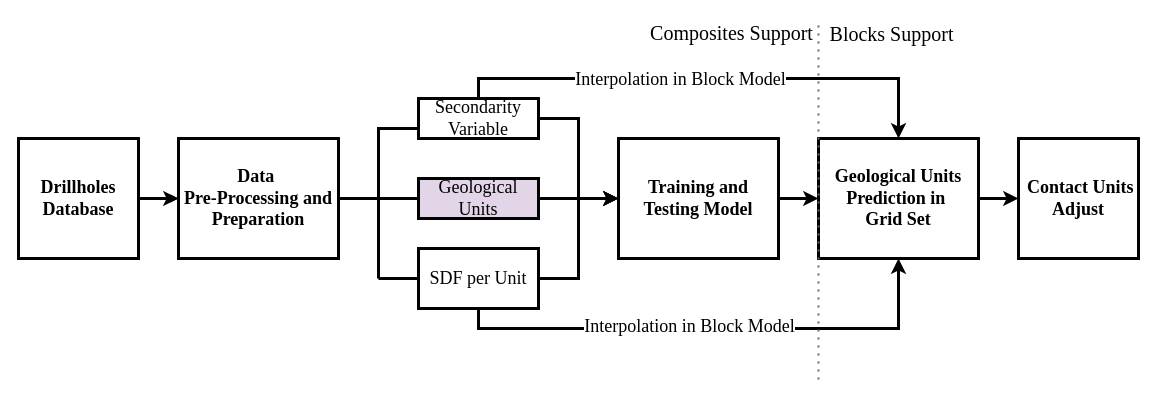
Before: flow_geology_research.drawio in heberallin/Trabajos, a draw.io diagram. Source tidied: cells renumbered, new cells numbered last; positions are measured from the earlier drawing's top-left corner, leaving out a move shared by most shapes. Both pictures are drawn from the tidied source at 100%, with x=0, y=0 at pixel (18, 19).
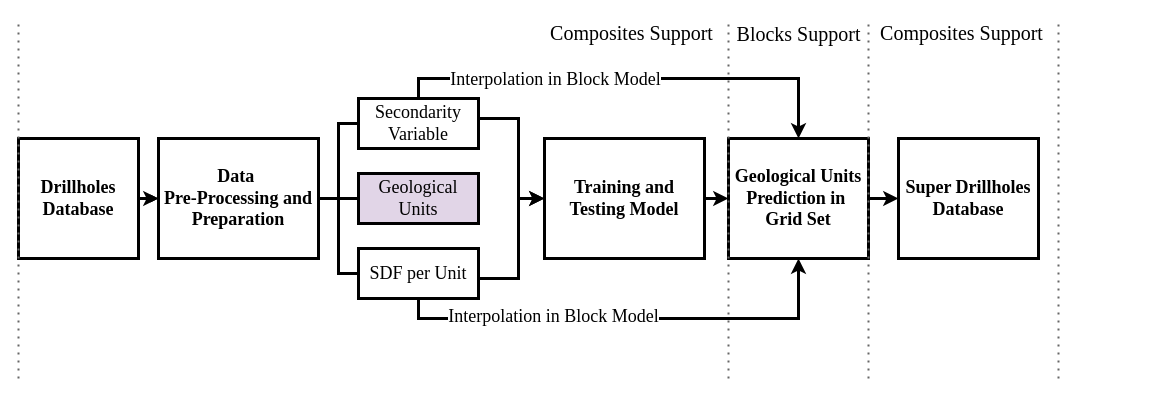
The same diagram, later.

The change refers to these unchanged cells:
```xml
<mxCell id="10" style="edgeStyle=orthogonalEdgeStyle;rounded=0;jettySize=auto;html=1;exitX=0.5;exitY=0;exitDx=0;exitDy=0;entryX=0.5;entryY=0;entryDx=0;entryDy=0;fontFamily=Times New Roman;fontSize=18;fontStyle=1;strokeWidth=3;" parent="1" edge="1" source="12" target="21">
  <mxGeometry relative="1" as="geometry" />
</mxCell>
<mxCell id="14" style="edgeStyle=orthogonalEdgeStyle;rounded=0;jettySize=auto;html=1;exitX=0.5;exitY=1;exitDx=0;exitDy=0;entryX=0.5;entryY=1;entryDx=0;entryDy=0;fontFamily=Times New Roman;fontSize=18;fontStyle=1;strokeWidth=3;" parent="1" edge="1" source="16" target="21">
  <mxGeometry relative="1" as="geometry" />
</mxCell>
```

The edit, as a diff of the source:
```diff
@@
-    <mxCell id="5" style="edgeStyle=orthogonalEdgeStyle;rounded=0;jettySize=auto;html=1;exitX=1;exitY=0.5;exitDx=0;exitDy=0;entryX=0;entryY=0.75;entryDx=0;entryDy=0;endArrow=none;startFill=0;strokeWidth=3;fontFamily=Times New Roman;fontSize=18;fontStyle=1;" parent="1" edge="1" source="6" target="12">
+    <mxCell id="5" style="edgeStyle=orthogonalEdgeStyle;rounded=0;jettySize=auto;html=1;exitX=1;exitY=0.5;exitDx=0;exitDy=0;entryX=0;entryY=0.5;entryDx=0;entryDy=0;endArrow=none;startFill=0;strokeWidth=3;fontFamily=Times New Roman;fontSize=18;fontStyle=1;" parent="1" edge="1" source="6" target="12">
       <mxGeometry relative="1" as="geometry" />
     </mxCell>
     <mxCell id="6" value="&lt;font&gt;Data&amp;nbsp;&lt;/font&gt;&lt;div&gt;&lt;font&gt;Pre-Processing and Preparation&lt;/font&gt;&lt;/div&gt;" style="rounded=0;whiteSpace=wrap;html=1;strokeWidth=3;fillStyle=auto;glass=0;shadow=0;fontFamily=Times New Roman;fontSize=18;fontStyle=1;" parent="1" vertex="1">
-      <mxGeometry x="160" y="119" width="160" height="120" as="geometry" />
+      <mxGeometry x="140" y="119" width="160" height="120" as="geometry" />
     </mxCell>
@@
     <mxCell id="8" value="&lt;font&gt;Training and Testing Model&lt;/font&gt;" style="rounded=0;whiteSpace=wrap;html=1;strokeWidth=3;fillStyle=auto;glass=0;shadow=0;fontFamily=Times New Roman;fontSize=18;fontStyle=1;" parent="1" vertex="1">
-      <mxGeometry x="600" y="119" width="160" height="120" as="geometry" />
+      <mxGeometry x="526" y="119" width="160" height="120" as="geometry" />
     </mxCell>
-    <mxCell id="9" style="edgeStyle=orthogonalEdgeStyle;rounded=0;jettySize=auto;html=1;exitX=1;exitY=0.5;exitDx=0;exitDy=0;entryX=0;entryY=0.5;entryDx=0;entryDy=0;endArrow=classic;startFill=0;strokeWidth=3;endFill=1;fontFamily=Times New Roman;fontSize=18;fontStyle=1;" parent="1" edge="1" source="12" target="8">
+    <mxCell id="9" style="edgeStyle=orthogonalEdgeStyle;rounded=0;jettySize=auto;html=1;exitX=1;exitY=0.5;exitDx=0;exitDy=0;endArrow=classic;startFill=0;strokeWidth=3;endFill=1;fontFamily=Times New Roman;fontSize=18;fontStyle=1;" parent="1" edge="1" source="12" target="8">
       <mxGeometry relative="1" as="geometry">
         <Array as="points">
-          <mxPoint x="560" y="99" />
-          <mxPoint x="560" y="179" />
+          <mxPoint x="500" y="99" />
+          <mxPoint x="500" y="179" />
         </Array>
       </mxGeometry>
     </mxCell>
@@
     <mxCell id="11" value="Interpolation in Block Model" style="edgeLabel;html=1;align=center;verticalAlign=middle;fontSize=18;fontFamily=Times New Roman;fontStyle=0;" parent="10" vertex="1">
       <mxGeometry x="-0.26" y="-5" relative="1" as="geometry">
-        <mxPoint x="36" y="-5" as="offset" />
+        <mxPoint x="-14" y="-5" as="offset" />
       </mxGeometry>
     </mxCell>
-    <mxCell id="12" value="Secondarity Variable" style="rounded=0;whiteSpace=wrap;html=1;strokeWidth=3;fillStyle=auto;glass=0;shadow=0;fontFamily=Times New Roman;fontSize=18;fontStyle=0;" parent="1" vertex="1">
-      <mxGeometry x="400" y="79" width="120" height="40" as="geometry" />
-    </mxCell>
     <mxCell id="13" style="edgeStyle=orthogonalEdgeStyle;rounded=0;jettySize=auto;html=1;exitX=1;exitY=0.5;exitDx=0;exitDy=0;entryX=0;entryY=0.5;entryDx=0;entryDy=0;endArrow=classic;startFill=0;strokeWidth=3;endFill=1;fontFamily=Times New Roman;fontSize=18;fontStyle=1;" parent="1" edge="1" source="16" target="8">
       <mxGeometry relative="1" as="geometry">
         <Array as="points">
-          <mxPoint x="560" y="179" />
+          <mxPoint x="500" y="259" />
+          <mxPoint x="500" y="179" />
         </Array>
       </mxGeometry>
     </mxCell>
@@
     <mxCell id="15" value="&lt;font&gt;Interpolation in Block Model&lt;/font&gt;" style="edgeLabel;html=1;align=center;verticalAlign=middle;fontSize=18;fontFamily=Times New Roman;fontStyle=0;" parent="14" vertex="1">
       <mxGeometry x="0.21" y="3" relative="1" as="geometry">
-        <mxPoint x="-79" as="offset" />
+        <mxPoint x="-124" as="offset" />
       </mxGeometry>
     </mxCell>
-    <mxCell id="16" value="&lt;font&gt;SDF per Unit&lt;/font&gt;" style="rounded=0;whiteSpace=wrap;html=1;strokeWidth=3;fillStyle=auto;glass=0;shadow=0;fontFamily=Times New Roman;fontSize=18;fontStyle=0;" parent="1" vertex="1">
-      <mxGeometry x="400" y="229" width="120" height="60" as="geometry" />
-    </mxCell>
-    <mxCell id="17" style="edgeStyle=orthogonalEdgeStyle;rounded=0;jettySize=auto;html=1;exitX=1;exitY=0.5;exitDx=0;exitDy=0;entryX=0;entryY=0.5;entryDx=0;entryDy=0;endArrow=classic;startFill=0;strokeWidth=3;endFill=1;fontFamily=Times New Roman;fontSize=18;fontStyle=1;" parent="1" edge="1" source="18" target="8">
-      <mxGeometry relative="1" as="geometry">
-        <Array as="points">
-          <mxPoint x="540" y="179" />
-          <mxPoint x="540" y="179" />
-        </Array>
-      </mxGeometry>
-    </mxCell>
     <mxCell id="18" value="Geological Units" style="rounded=0;whiteSpace=wrap;html=1;strokeWidth=3;fillStyle=auto;glass=0;shadow=0;fontFamily=Times New Roman;fontSize=18;fillColor=#e1d5e7;strokeColor=#000000;fontStyle=0;" parent="1" vertex="1">
-      <mxGeometry x="400" y="159" width="120" height="40" as="geometry" />
+      <mxGeometry x="340" y="154" width="120" height="50" as="geometry" />
     </mxCell>
@@
     <mxCell id="21" value="&lt;font&gt;Geological Units&lt;/font&gt;&lt;div&gt;&lt;font&gt;Prediction in&amp;nbsp;&lt;/font&gt;&lt;/div&gt;&lt;div&gt;&lt;font&gt;Grid Set&lt;/font&gt;&lt;/div&gt;" style="rounded=0;whiteSpace=wrap;html=1;strokeWidth=3;fillStyle=auto;glass=0;shadow=0;fontFamily=Times New Roman;fontSize=18;fontStyle=1;" parent="1" vertex="1">
-      <mxGeometry x="800" y="119" width="160" height="120" as="geometry" />
+      <mxGeometry x="710" y="119" width="140" height="120" as="geometry" />
     </mxCell>
-    <mxCell id="22" value="&amp;nbsp;Contact Units Adjust" style="rounded=0;whiteSpace=wrap;html=1;strokeWidth=3;fillStyle=auto;glass=0;shadow=0;fontFamily=Times New Roman;fontSize=18;fontStyle=1;" parent="1" vertex="1">
-      <mxGeometry x="1000" y="119" width="120" height="120" as="geometry" />
+    <mxCell id="22" value="Super Drillholes&lt;div&gt;Database&lt;/div&gt;" style="rounded=0;whiteSpace=wrap;html=1;strokeWidth=3;fillStyle=auto;glass=0;shadow=0;fontFamily=Times New Roman;fontSize=18;fontStyle=1;" parent="1" vertex="1">
+      <mxGeometry x="880" y="119" width="140" height="120" as="geometry" />
     </mxCell>
-    <mxCell id="23" style="endArrow=none;html=1;rounded=0;fontSize=18;strokeWidth=3;" parent="1" edge="1">
+    <mxCell id="23" style="endArrow=none;html=1;rounded=0;fontSize=18;strokeWidth=3;exitX=0;exitY=0.5;exitDx=0;exitDy=0;" parent="1" edge="1" source="16">
       <mxGeometry relative="1" as="geometry">
-        <mxPoint x="360" y="259" as="sourcePoint" />
-        <mxPoint x="360" y="179" as="targetPoint" />
+        <mxPoint x="320" y="179" as="targetPoint" />
+        <Array as="points">
+          <mxPoint x="320" y="254" />
+        </Array>
       </mxGeometry>
     </mxCell>
@@
     <mxCell id="25" style="endArrow=none;dashed=1;html=1;dashPattern=1 3;strokeWidth=2;rounded=0;fillColor=#f5f5f5;strokeColor=#666666;" parent="1" edge="1">
       <mxGeometry relative="1" as="geometry">
-        <mxPoint x="800" y="360" as="sourcePoint" />
-        <mxPoint x="800" as="targetPoint" />
+        <mxPoint x="710" y="359" as="sourcePoint" />
+        <mxPoint x="710" y="-1" as="targetPoint" />
       </mxGeometry>
     </mxCell>
     <mxCell id="26" value="Composites Support" style="edgeLabel;html=1;align=center;verticalAlign=middle;fontSize=20;fontFamily=Times New Roman;fontStyle=0;" parent="1" vertex="1">
-      <mxGeometry x="730" y="29" as="geometry">
+      <mxGeometry x="630" y="29" as="geometry">
         <mxPoint x="-18" y="-17" as="offset" />
       </mxGeometry>
     </mxCell>
     <mxCell id="27" value="Blocks Support" style="edgeLabel;html=1;align=center;verticalAlign=middle;fontSize=20;fontFamily=Times New Roman;fontStyle=0;" parent="1" vertex="1">
-      <mxGeometry x="526" y="27" as="geometry">
+      <mxGeometry x="433" y="27" as="geometry">
         <mxPoint x="346" y="-14" as="offset" />
       </mxGeometry>
     </mxCell>
+    <mxCell id="28" style="endArrow=none;html=1;rounded=0;fontSize=18;strokeWidth=3;" parent="1" edge="1" target="16">
+      <mxGeometry relative="1" as="geometry">
+        <mxPoint x="360" y="259" as="sourcePoint" />
+      </mxGeometry>
+    </mxCell>
+    <mxCell id="16" value="&lt;font&gt;SDF per Unit&lt;/font&gt;" style="rounded=0;whiteSpace=wrap;html=1;strokeWidth=3;fillStyle=auto;glass=0;shadow=0;fontFamily=Times New Roman;fontSize=18;fontStyle=0;" parent="1" vertex="1">
+      <mxGeometry x="340" y="229" width="120" height="50" as="geometry" />
+    </mxCell>
+    <mxCell id="29" style="edgeStyle=orthogonalEdgeStyle;rounded=0;jettySize=auto;html=1;exitX=1;exitY=0.5;exitDx=0;exitDy=0;endArrow=classic;startFill=0;strokeWidth=3;endFill=1;fontFamily=Times New Roman;fontSize=18;fontStyle=1;" parent="1" edge="1" target="12">
+      <mxGeometry relative="1" as="geometry">
+        <mxPoint x="420" y="99" as="sourcePoint" />
+      </mxGeometry>
+    </mxCell>
+    <mxCell id="12" value="Secondarity Variable" style="rounded=0;whiteSpace=wrap;html=1;strokeWidth=3;fillStyle=auto;glass=0;shadow=0;fontFamily=Times New Roman;fontSize=18;fontStyle=0;" parent="1" vertex="1">
+      <mxGeometry x="340" y="79" width="120" height="50" as="geometry" />
+    </mxCell>
+    <mxCell id="30" style="endArrow=none;dashed=1;html=1;dashPattern=1 3;strokeWidth=2;rounded=0;fillColor=#f5f5f5;strokeColor=#666666;" parent="1" edge="1">
+      <mxGeometry relative="1" as="geometry">
+        <mxPoint x="850" y="359" as="sourcePoint" />
+        <mxPoint x="850" y="-1" as="targetPoint" />
+      </mxGeometry>
+    </mxCell>
+    <mxCell id="31" value="Composites Support" style="edgeLabel;html=1;align=center;verticalAlign=middle;fontSize=20;fontFamily=Times New Roman;fontStyle=0;" parent="1" vertex="1">
+      <mxGeometry x="960" y="29" as="geometry">
+        <mxPoint x="-18" y="-17" as="offset" />
+      </mxGeometry>
+    </mxCell>
+    <mxCell id="32" style="endArrow=none;dashed=1;html=1;dashPattern=1 3;strokeWidth=2;rounded=0;fillColor=#f5f5f5;strokeColor=#666666;" parent="1" edge="1">
+      <mxGeometry relative="1" as="geometry">
+        <mxPoint x="1040" y="359" as="sourcePoint" />
+        <mxPoint x="1040" y="-1" as="targetPoint" />
+      </mxGeometry>
+    </mxCell>
+    <mxCell id="33" style="endArrow=none;dashed=1;html=1;dashPattern=1 3;strokeWidth=2;rounded=0;fillColor=#f5f5f5;strokeColor=#666666;" parent="1" edge="1">
+      <mxGeometry relative="1" as="geometry">
+        <mxPoint y="359" as="sourcePoint" />
+        <mxPoint y="-1" as="targetPoint" />
+      </mxGeometry>
+    </mxCell>
```
